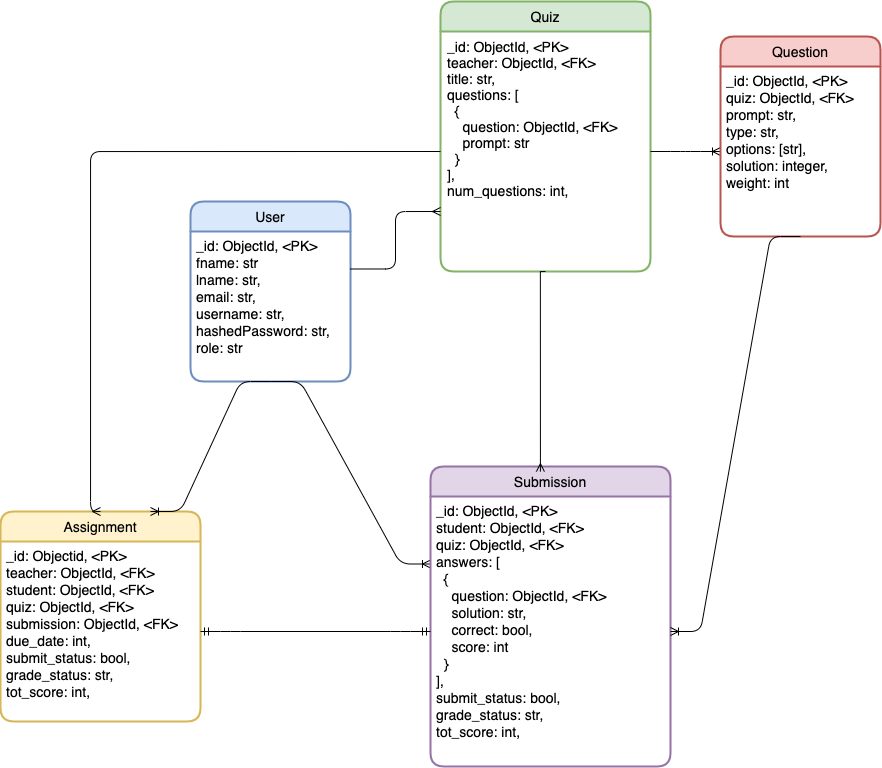
Earlier version of the draw.io export Quiz-App.png (thisisharrison/quiz-app). Source tidied: cells renumbered, new cells last; positions are measured from the earlier drawing's top-left corner, leaving out a move shared by most shapes.
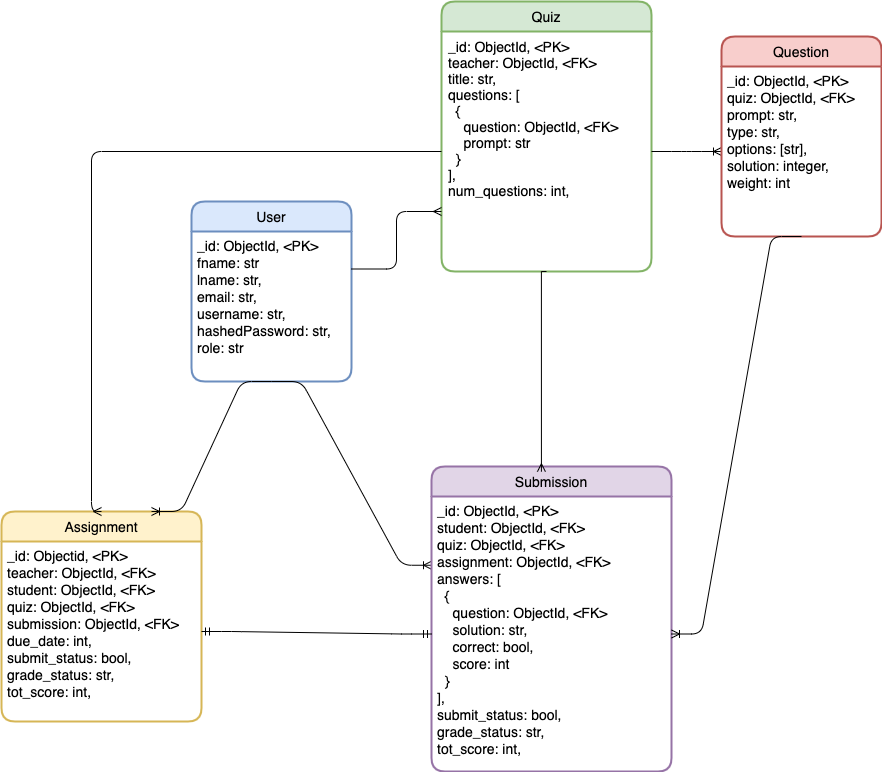
After the commit.

The edit, as a diff of the source:
```diff
@@ -27,10 +27,10 @@
       <mxGeometry relative="1" as="geometry" />
     </mxCell>
     <mxCell id="10" value="Submission" style="swimlane;horizontal=1;startSize=30;rounded=1;fontSize=14;fontStyle=0;strokeWidth=2;shadow=0;dashed=0;align=center;fontFamily=Helvetica;fillColor=#e1d5e7;strokeColor=#9673a6;spacingBottom=0;" parent="1" vertex="1">
-      <mxGeometry x="430" y="465" width="240" height="300" as="geometry" />
+      <mxGeometry x="430" y="465" width="240" height="305" as="geometry" />
     </mxCell>
-    <mxCell id="11" value="_id: ObjectId, &lt;PK&gt;&#10;student: ObjectId, &lt;FK&gt;&#10;quiz: ObjectId, &lt;FK&gt;&#10;answers: [&#10;  {&#10;    question: ObjectId, &lt;FK&gt;&#10;    solution: str,&#10;    correct: bool,&#10;    score: int&#10;  }&#10;],&#10;submit_status: bool,&#10;grade_status: str,&#10;tot_score: int," style="align=left;strokeColor=none;fillColor=none;spacingLeft=4;fontSize=14;verticalAlign=top;spacingBottom=0;" parent="10" vertex="1">
-      <mxGeometry y="30" width="240" height="270" as="geometry" />
+    <mxCell id="11" value="_id: ObjectId, &lt;PK&gt;&#10;student: ObjectId, &lt;FK&gt;&#10;quiz: ObjectId, &lt;FK&gt;&#10;assignment: ObjectId, &lt;FK&gt;&#10;answers: [&#10;  {&#10;    question: ObjectId, &lt;FK&gt;&#10;    solution: str,&#10;    correct: bool,&#10;    score: int&#10;  }&#10;],&#10;submit_status: bool,&#10;grade_status: str,&#10;tot_score: int," style="align=left;strokeColor=none;fillColor=none;spacingLeft=4;fontSize=14;verticalAlign=top;spacingBottom=0;" parent="10" vertex="1">
+      <mxGeometry y="30" width="240" height="275" as="geometry" />
     </mxCell>
     <mxCell id="12" style="edgeStyle=entityRelationEdgeStyle;fontSize=14;html=1;endArrow=ERoneToMany;fontColor=#000000;exitX=0.5;exitY=1;exitDx=0;exitDy=0;spacingBottom=0;" parent="1" edge="1" source="8" target="11">
       <mxGeometry relative="1" as="geometry" />
```
